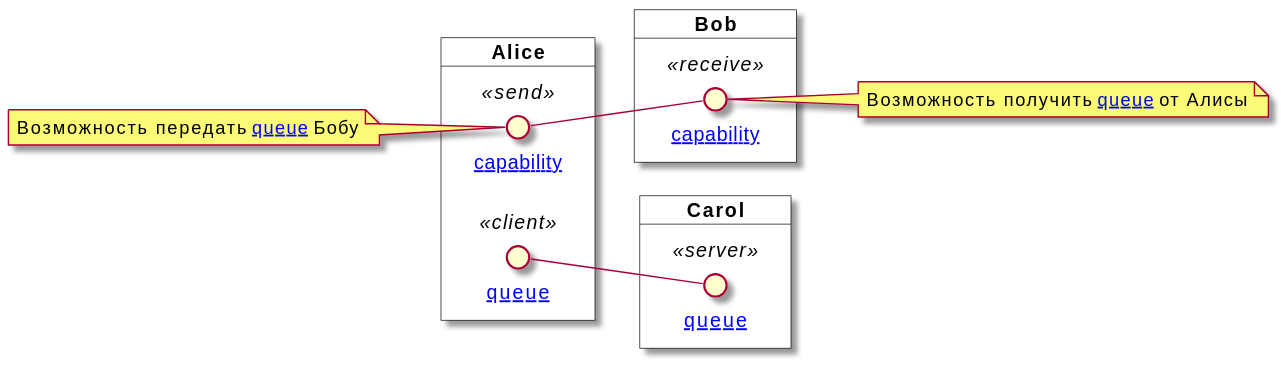
pavetok/pavetok.github.io keeps this PlantUML diagram as src/_includes/diagrams/queue-example/transaction-before.svg. Above is the earlier version. Its source is kept beside it as diagrams/queue-example/transaction-before.puml.
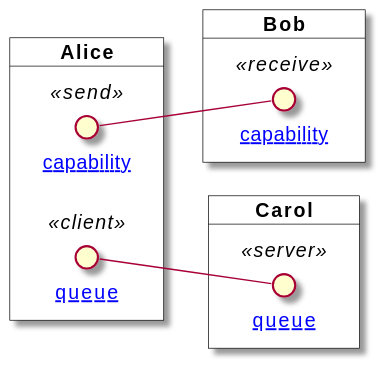
After the change.

Diff of the diagram source:
```diff
@@ -11,19 +11,9 @@
     circle "[[/work/transaction-types/queue-example/diagrams/queue-client/{queue} queue]]" as queue1 <<client>>
 }
 
-note as AliceNote
-  Возможность передать [[/work/transaction-types/queue-example/diagrams/queue-client/{queue} queue]] Бобу
-end note
-AliceNote -- capability1
-
 card Bob {
     circle "[[/work/transaction-types/queue-example/diagrams/capability-receive/{capability} capability]]" as capability2 <<receive>>
 }
-
-note as BobNote
-  Возможность получить [[/work/transaction-types/queue-example/diagrams/queue-client/{queue} queue]] от Алисы
-end note
-capability2 -- BobNote
 
 card Carol {
     circle "[[/work/transaction-types/queue-example/diagrams/queue-server/{queue} queue]]" as queue2 <<server>>
```
